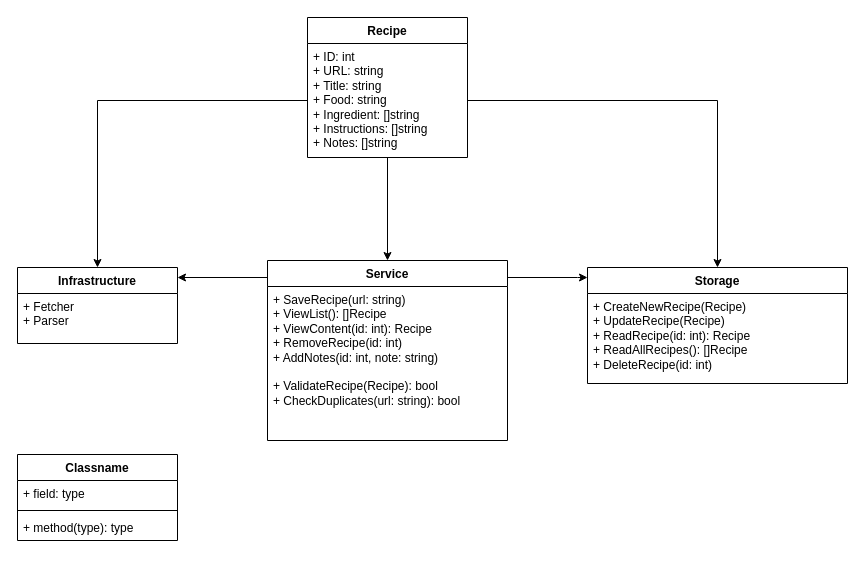
acosio14/cook-book keeps this draw.io diagram as class_diagram.drawio. Above is the earlier version. Source tidied: cells renumbered, new cells numbered last; positions are measured from the earlier drawing's top-left corner, leaving out a move shared by most shapes. Both pictures are drawn from the tidied source at 100%, with x=0, y=0 at pixel (17, 17).
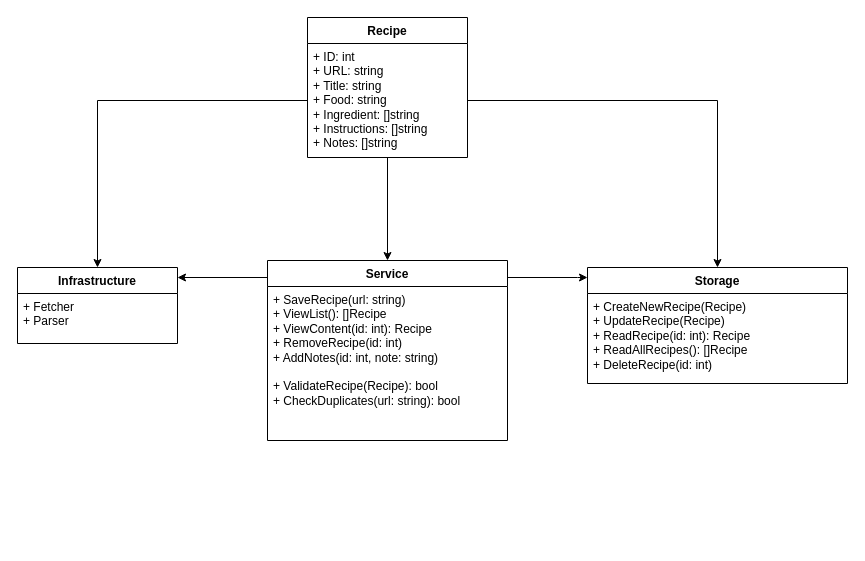
After the change.

The edit, as a diff of the source:
```diff
@@
-    <mxCell id="15" value="Classname" style="swimlane;fontStyle=1;align=center;verticalAlign=top;horizontal=1;startSize=26;whiteSpace=wrap;html=1;" parent="1" vertex="1">
-      <mxGeometry y="437" width="160" height="86" as="geometry" />
-    </mxCell>
-    <mxCell id="16" value="+ field: type" style="text;strokeColor=none;fillColor=none;align=left;verticalAlign=top;spacingLeft=4;spacingRight=4;overflow=hidden;whiteSpace=wrap;html=1;" parent="15" vertex="1">
-      <mxGeometry y="26" width="160" height="26" as="geometry" />
-    </mxCell>
-    <mxCell id="17" style="line;strokeWidth=1;fillColor=none;align=left;verticalAlign=middle;spacingTop=-1;spacingLeft=3;spacingRight=3;labelPosition=right;strokeColor=inherit;" parent="15" vertex="1">
-      <mxGeometry y="52" width="160" height="8" as="geometry" />
-    </mxCell>
-    <mxCell id="18" value="+ method(type): type" style="text;strokeColor=none;fillColor=none;align=left;verticalAlign=top;spacingLeft=4;spacingRight=4;overflow=hidden;whiteSpace=wrap;html=1;" parent="15" vertex="1">
-      <mxGeometry y="60" width="160" height="26" as="geometry" />
-    </mxCell>
```
